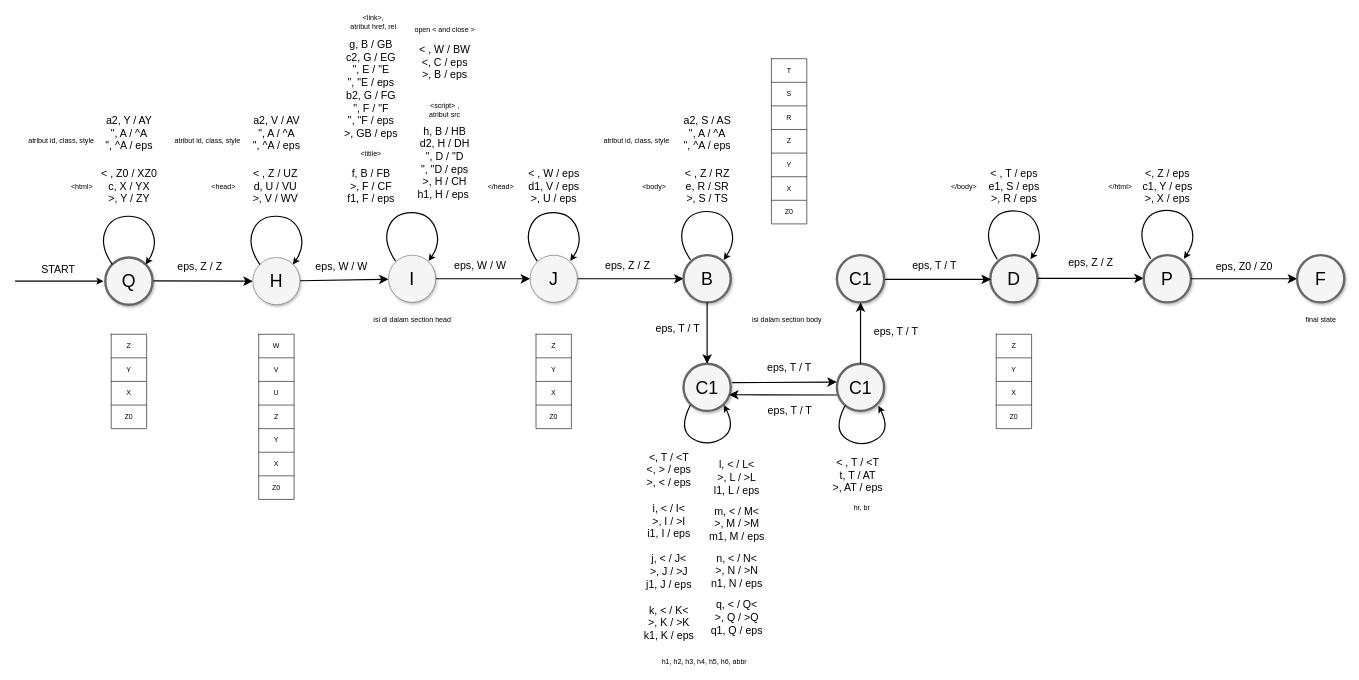
Above: PDA.drawio in novelxv/Tubes-TBFO (draw.io), before the change. Source tidied: cells renumbered, new cells numbered last; positions are measured from the earlier drawing's top-left corner, leaving out a move shared by most shapes. Both pictures are drawn from the tidied source at 59%, with x=0, y=0 at pixel (15, 10).
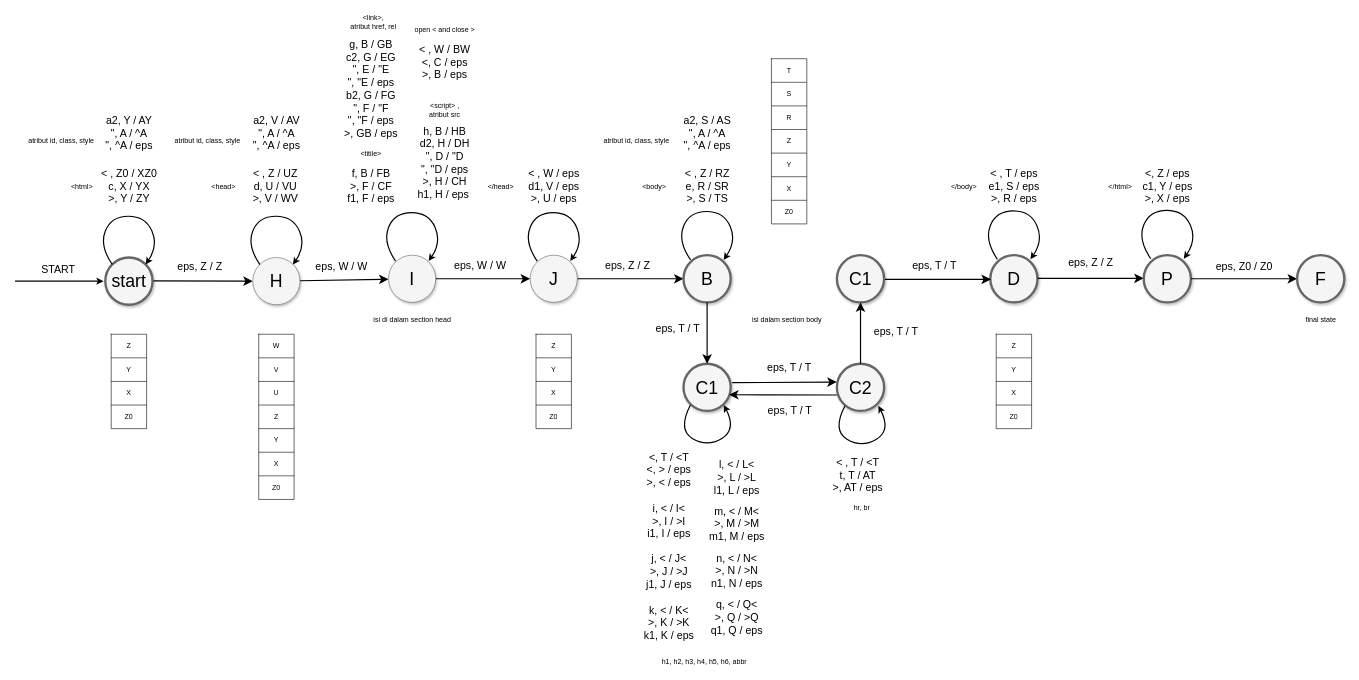
The same page after the edit.

Diff of the diagram source:
```diff
@@
-    <mxCell id="3" value="Q" style="ellipse;whiteSpace=wrap;html=1;rounded=0;shadow=1;strokeColor=#666666;strokeWidth=4;fontSize=30;align=center;fillColor=#f5f5f5;" parent="1" vertex="1">
+    <mxCell id="3" value="start" style="ellipse;whiteSpace=wrap;html=1;rounded=0;shadow=1;strokeColor=#666666;strokeWidth=4;fontSize=30;align=center;fillColor=#f5f5f5;" parent="1" vertex="1">
       <mxGeometry x="153" y="419" width="80" height="80" as="geometry" />
     </mxCell>
@@
-    <mxCell id="117" value="C1" style="ellipse;whiteSpace=wrap;html=1;rounded=0;shadow=1;strokeColor=#666666;strokeWidth=4;fontSize=30;align=center;fillColor=#f5f5f5;" parent="1" vertex="1">
+    <mxCell id="117" value="C2" style="ellipse;whiteSpace=wrap;html=1;rounded=0;shadow=1;strokeColor=#666666;strokeWidth=4;fontSize=30;align=center;fillColor=#f5f5f5;" parent="1" vertex="1">
       <mxGeometry x="1393" y="599" width="80" height="80" as="geometry" />
     </mxCell>
```
